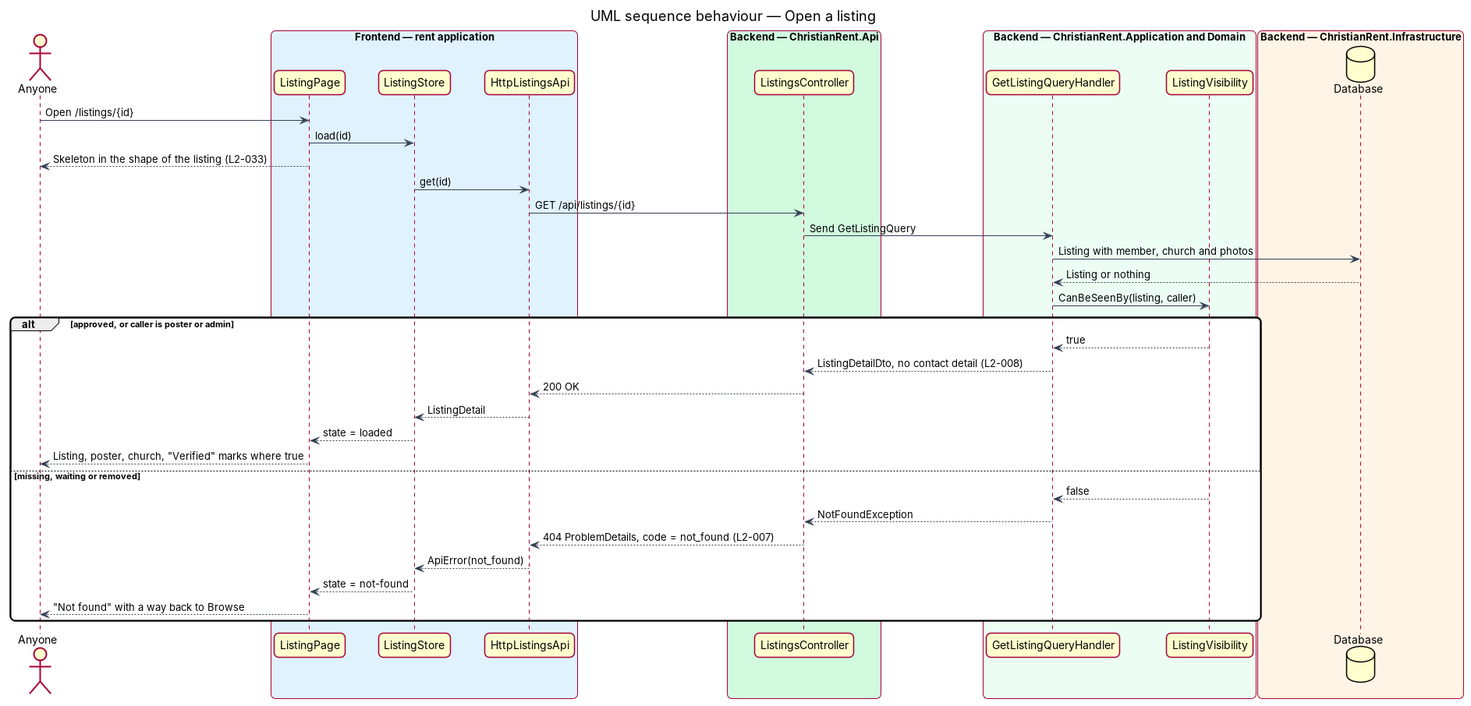
Earlier version of the PlantUML export docs/detailed-designs/listing/read-listing/diagrams/sequence-open-listing.png (QuinntyneBrown/christian-rent). Its source is kept beside it as docs/detailed-designs/listing/read-listing/diagrams/sequence-open-listing.puml.
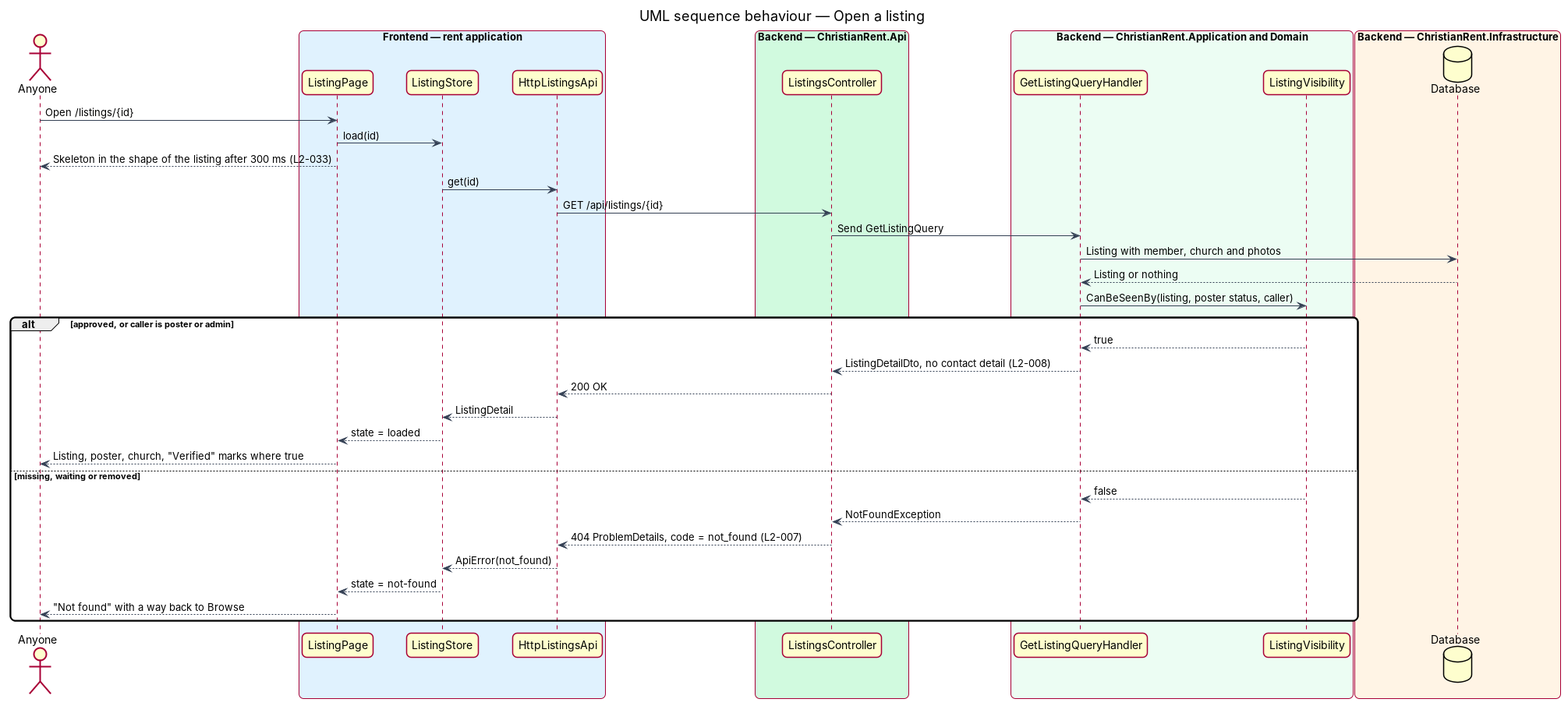
Above is the later version.

The edit, as a diff of the source:
```diff
@@ -32,13 +32,13 @@
 end box
 actor -> page : Open /listings/{id}
 page -> store : load(id)
-page --> actor : Skeleton in the shape of the listing (L2-033)
+page --> actor : Skeleton in the shape of the listing after 300 ms (L2-033)
 store -> client : get(id)
 client -> ctrl : GET /api/listings/{id}
 ctrl -> handler : Send GetListingQuery
 handler -> db : Listing with member, church and photos
 db --> handler : Listing or nothing
-handler -> vis : CanBeSeenBy(listing, caller)
+handler -> vis : CanBeSeenBy(listing, poster status, caller)
 alt approved, or caller is poster or admin
   vis --> handler : true
   handler --> ctrl : ListingDetailDto, no contact detail (L2-008)
```
